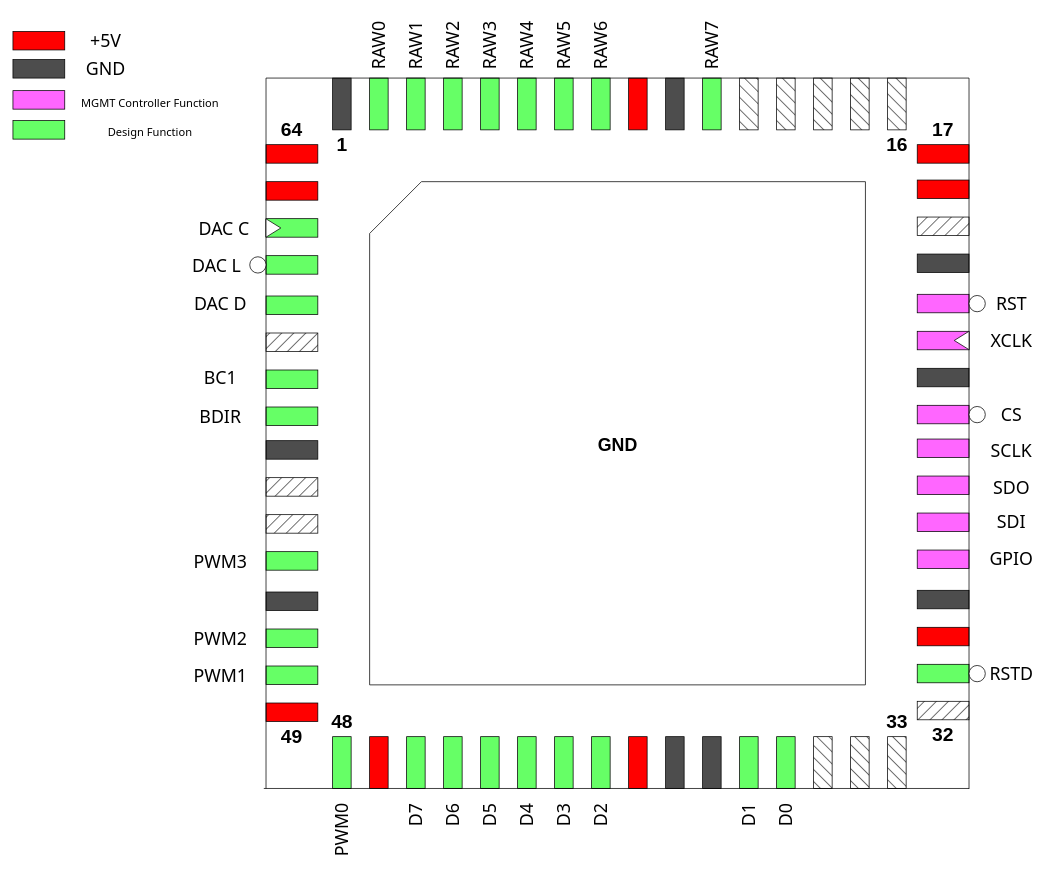
Above: verilog/rtl/AY8913/pinout.drawio in AvalonSemiconductors/gfmpw1-multi (draw.io), before the change. Source tidied: cells renumbered, new cells numbered last; positions are measured from the earlier drawing's top-left corner, leaving out a move shared by most shapes. Both pictures are drawn from the tidied source at 74%, with x=0, y=0 at pixel (13, 25).
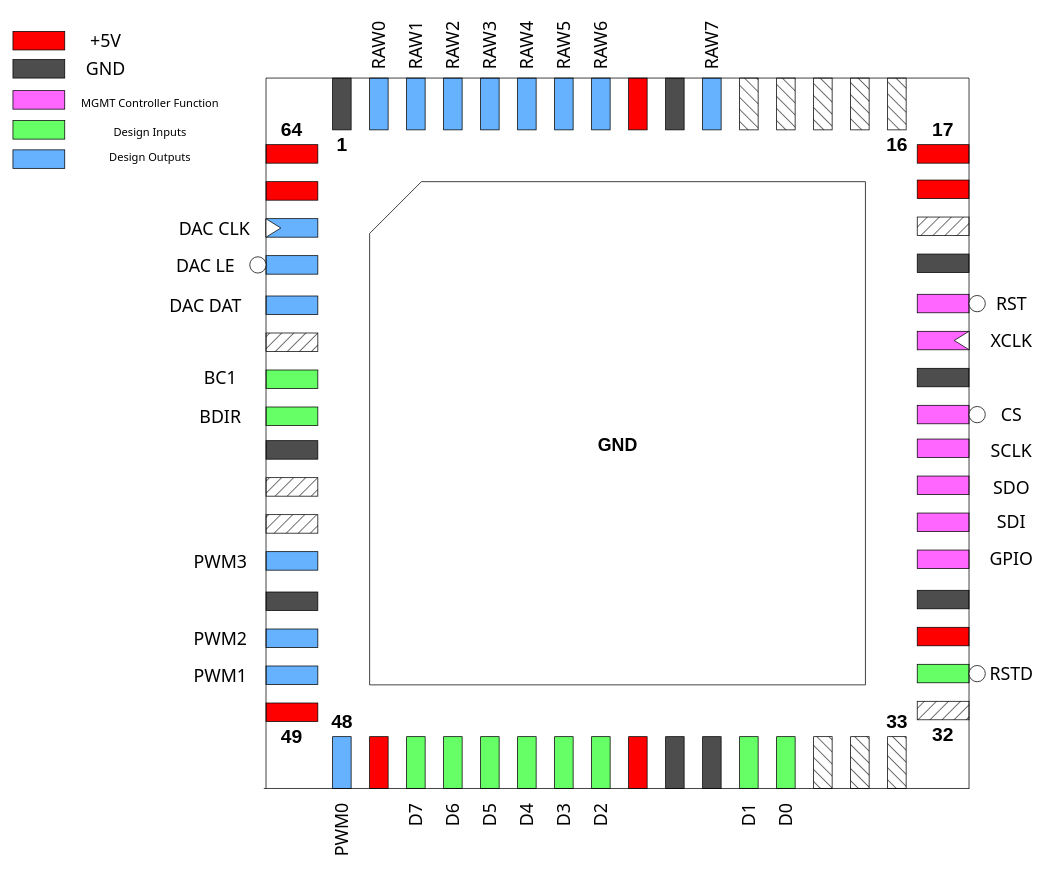
Above is the later version.

What changed in the source:
```diff
@@
-    <mxCell id="4" style="rounded=0;whiteSpace=wrap;html=1;fillColor=#66FF66;" parent="1" vertex="1">
+    <mxCell id="4" style="rounded=0;whiteSpace=wrap;html=1;fillColor=#66B2FF;" parent="1" vertex="1">
       <mxGeometry x="342" y="261" width="70" height="25" as="geometry" />
     </mxCell>
-    <mxCell id="5" style="rounded=0;whiteSpace=wrap;html=1;fillColor=#66FF66;" parent="1" vertex="1">
+    <mxCell id="5" style="rounded=0;whiteSpace=wrap;html=1;fillColor=#66B2FF;" parent="1" vertex="1">
       <mxGeometry x="342" y="311" width="70" height="25" as="geometry" />
     </mxCell>
-    <mxCell id="6" style="rounded=0;whiteSpace=wrap;html=1;fillColor=#66FF66;" parent="1" vertex="1">
+    <mxCell id="6" style="rounded=0;whiteSpace=wrap;html=1;fillColor=#66B2FF;" parent="1" vertex="1">
       <mxGeometry x="342" y="365.5" width="70" height="25" as="geometry" />
     </mxCell>
@@
-    <mxCell id="13" style="rounded=0;whiteSpace=wrap;html=1;fillColor=#66FF66;" parent="1" vertex="1">
+    <mxCell id="13" style="rounded=0;whiteSpace=wrap;html=1;fillColor=#66B2FF;" parent="1" vertex="1">
       <mxGeometry x="342" y="711" width="70" height="25" as="geometry" />
     </mxCell>
@@
-    <mxCell id="15" style="rounded=0;whiteSpace=wrap;html=1;fillColor=#66FF66;" parent="1" vertex="1">
+    <mxCell id="15" style="rounded=0;whiteSpace=wrap;html=1;fillColor=#66B2FF;" parent="1" vertex="1">
       <mxGeometry x="342" y="815.5" width="70" height="25" as="geometry" />
     </mxCell>
-    <mxCell id="16" style="rounded=0;whiteSpace=wrap;html=1;fillColor=#66FF66;" parent="1" vertex="1">
+    <mxCell id="16" style="rounded=0;whiteSpace=wrap;html=1;fillColor=#66B2FF;" parent="1" vertex="1">
       <mxGeometry x="342" y="865.5" width="70" height="25" as="geometry" />
     </mxCell>
@@
-    <mxCell id="34" style="rounded=0;whiteSpace=wrap;html=1;direction=south;fillColor=#66FF66;" parent="1" vertex="1">
+    <mxCell id="34" style="rounded=0;whiteSpace=wrap;html=1;direction=south;fillColor=#66B2FF;" parent="1" vertex="1">
       <mxGeometry x="432" y="961" width="25" height="70" as="geometry" />
     </mxCell>
@@
-    <mxCell id="51" style="rounded=0;whiteSpace=wrap;html=1;direction=south;fillColor=#66FF66;" parent="1" vertex="1">
+    <mxCell id="51" style="rounded=0;whiteSpace=wrap;html=1;direction=south;fillColor=#66B2FF;" parent="1" vertex="1">
       <mxGeometry x="482" y="71" width="25" height="70" as="geometry" />
     </mxCell>
-    <mxCell id="52" style="rounded=0;whiteSpace=wrap;html=1;direction=south;fillColor=#66FF66;" parent="1" vertex="1">
+    <mxCell id="52" style="rounded=0;whiteSpace=wrap;html=1;direction=south;fillColor=#66B2FF;" parent="1" vertex="1">
       <mxGeometry x="532" y="71" width="25" height="70" as="geometry" />
     </mxCell>
-    <mxCell id="53" style="rounded=0;whiteSpace=wrap;html=1;direction=south;fillColor=#66FF66;" parent="1" vertex="1">
+    <mxCell id="53" style="rounded=0;whiteSpace=wrap;html=1;direction=south;fillColor=#66B2FF;" parent="1" vertex="1">
       <mxGeometry x="582" y="71" width="25" height="70" as="geometry" />
     </mxCell>
-    <mxCell id="54" style="rounded=0;whiteSpace=wrap;html=1;direction=south;fillColor=#66FF66;" parent="1" vertex="1">
+    <mxCell id="54" style="rounded=0;whiteSpace=wrap;html=1;direction=south;fillColor=#66B2FF;" parent="1" vertex="1">
       <mxGeometry x="632" y="71" width="25" height="70" as="geometry" />
     </mxCell>
-    <mxCell id="55" style="rounded=0;whiteSpace=wrap;html=1;direction=south;fillColor=#66FF66;" parent="1" vertex="1">
+    <mxCell id="55" style="rounded=0;whiteSpace=wrap;html=1;direction=south;fillColor=#66B2FF;" parent="1" vertex="1">
       <mxGeometry x="682" y="71" width="25" height="70" as="geometry" />
     </mxCell>
-    <mxCell id="56" style="rounded=0;whiteSpace=wrap;html=1;direction=south;fillColor=#66FF66;" parent="1" vertex="1">
+    <mxCell id="56" style="rounded=0;whiteSpace=wrap;html=1;direction=south;fillColor=#66B2FF;" parent="1" vertex="1">
       <mxGeometry x="732" y="71" width="25" height="70" as="geometry" />
     </mxCell>
-    <mxCell id="57" style="rounded=0;whiteSpace=wrap;html=1;direction=south;fillColor=#66FF66;" parent="1" vertex="1">
+    <mxCell id="57" style="rounded=0;whiteSpace=wrap;html=1;direction=south;fillColor=#66B2FF;" parent="1" vertex="1">
       <mxGeometry x="782" y="71" width="25" height="70" as="geometry" />
     </mxCell>
@@
-    <mxCell id="60" style="rounded=0;whiteSpace=wrap;html=1;direction=south;fillColor=#66FF66;" parent="1" vertex="1">
+    <mxCell id="60" style="rounded=0;whiteSpace=wrap;html=1;direction=south;fillColor=#66B2FF;" parent="1" vertex="1">
       <mxGeometry x="932" y="71" width="25" height="70" as="geometry" />
     </mxCell>
@@
-    <mxCell id="115" value="&lt;div&gt;&lt;font style=&quot;font-size: 24px;&quot;&gt;DAC D&lt;/font&gt;&lt;/div&gt;" style="text;html=1;align=center;verticalAlign=middle;strokeColor=none;fillColor=none;fontFamily=Tahoma;" parent="1" vertex="1">
-      <mxGeometry x="230" y="355.8" width="100" height="40" as="geometry" />
+    <mxCell id="115" value="&lt;div&gt;&lt;font style=&quot;font-size: 24px;&quot;&gt;DAC DAT&lt;/font&gt;&lt;/div&gt;" style="text;html=1;align=center;verticalAlign=middle;strokeColor=none;fillColor=none;fontFamily=Tahoma;" parent="1" vertex="1">
+      <mxGeometry x="190" y="358" width="140" height="40" as="geometry" />
     </mxCell>
@@
-    <mxCell id="117" value="&lt;div&gt;&lt;font style=&quot;font-size: 24px;&quot;&gt;DAC L&lt;/font&gt;&lt;/div&gt;" style="text;html=1;align=center;verticalAlign=middle;strokeColor=none;fillColor=none;fontFamily=Tahoma;" parent="1" vertex="1">
-      <mxGeometry x="230" y="303.5" width="90" height="40" as="geometry" />
+    <mxCell id="117" value="&lt;div&gt;&lt;font style=&quot;font-size: 24px;&quot;&gt;DAC LE&lt;/font&gt;&lt;/div&gt;" style="text;html=1;align=center;verticalAlign=middle;strokeColor=none;fillColor=none;fontFamily=Tahoma;" parent="1" vertex="1">
+      <mxGeometry x="200" y="303.5" width="120" height="40" as="geometry" />
     </mxCell>
@@
-    <mxCell id="119" value="&lt;div&gt;&lt;font style=&quot;font-size: 24px;&quot;&gt;DAC C&lt;/font&gt;&lt;/div&gt;" style="text;html=1;align=center;verticalAlign=middle;strokeColor=none;fillColor=none;fontFamily=Tahoma;" parent="1" vertex="1">
-      <mxGeometry x="240" y="253.6" width="90" height="40" as="geometry" />
+    <mxCell id="119" value="&lt;div&gt;&lt;font style=&quot;font-size: 24px;&quot;&gt;DAC CLK&lt;/font&gt;&lt;/div&gt;" style="text;html=1;align=center;verticalAlign=middle;strokeColor=none;fillColor=none;fontFamily=Tahoma;" parent="1" vertex="1">
+      <mxGeometry x="202" y="253.6" width="140" height="40" as="geometry" />
     </mxCell>
@@
-    <mxCell id="129" value="&lt;div style=&quot;font-size: 23px;&quot;&gt;&lt;font style=&quot;font-size: 15px;&quot;&gt;Design Function&lt;/font&gt;&lt;/div&gt;" style="text;html=1;align=center;verticalAlign=middle;strokeColor=none;fillColor=none;fontFamily=Tahoma;" parent="1" vertex="1">
-      <mxGeometry x="115" y="121" width="140" height="40" as="geometry" />
+    <mxCell id="129" value="&lt;div style=&quot;font-size: 23px;&quot;&gt;&lt;font style=&quot;font-size: 15px;&quot;&gt;Design Inputs&lt;/font&gt;&lt;/div&gt;" style="text;html=1;align=center;verticalAlign=middle;strokeColor=none;fillColor=none;fontFamily=Tahoma;" parent="1" vertex="1">
+      <mxGeometry x="120" y="121" width="130" height="40" as="geometry" />
     </mxCell>
@@
+    <mxCell id="131" style="rounded=0;whiteSpace=wrap;html=1;fillColor=#66B2FF;" parent="1" vertex="1">
+      <mxGeometry y="168" width="70" height="25" as="geometry" />
+    </mxCell>
+    <mxCell id="132" value="&lt;div style=&quot;font-size: 23px;&quot;&gt;&lt;font style=&quot;font-size: 15px;&quot;&gt;Design Outputs&lt;/font&gt;&lt;/div&gt;" style="text;html=1;align=center;verticalAlign=middle;strokeColor=none;fillColor=none;fontFamily=Tahoma;" parent="1" vertex="1">
+      <mxGeometry x="115" y="153.5" width="140" height="40" as="geometry" />
+    </mxCell>
```
